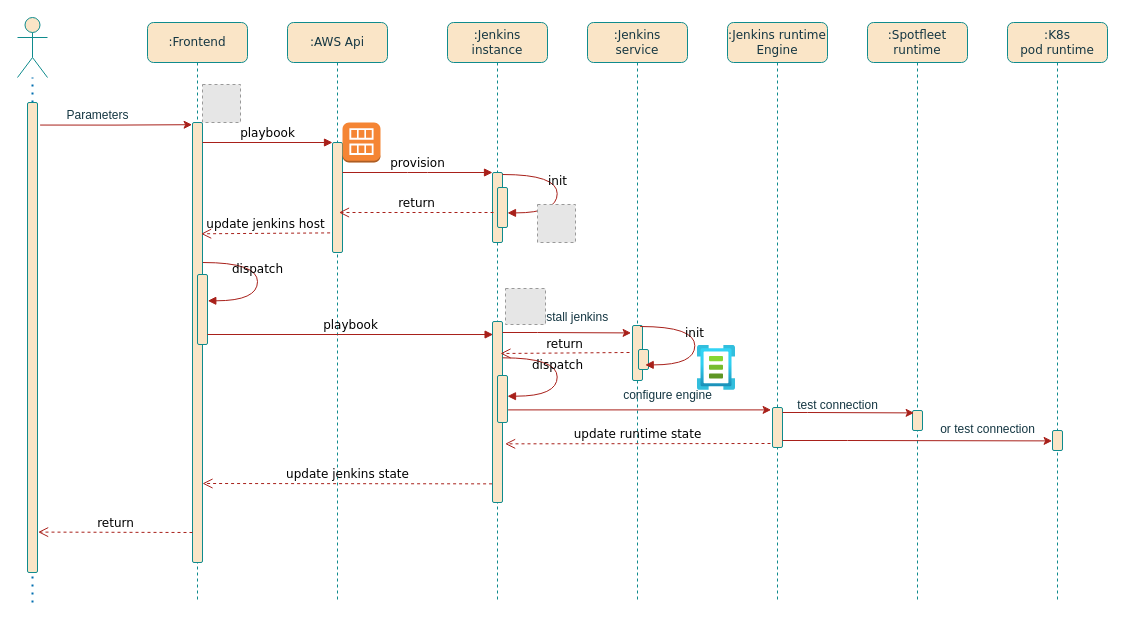
Earlier version of the draw.io diagram jenkins_master_create.drawio (jiangtao7/draw.io). Source tidied: cells renumbered, new cells numbered last; positions are measured from the earlier drawing's top-left corner, leaving out a move shared by most shapes. Both pictures are drawn from the tidied source at 100%, with x=0, y=0 at pixel (17, 17). Pictures stored in the file or linked from it are replaced by grey dashed boxes.
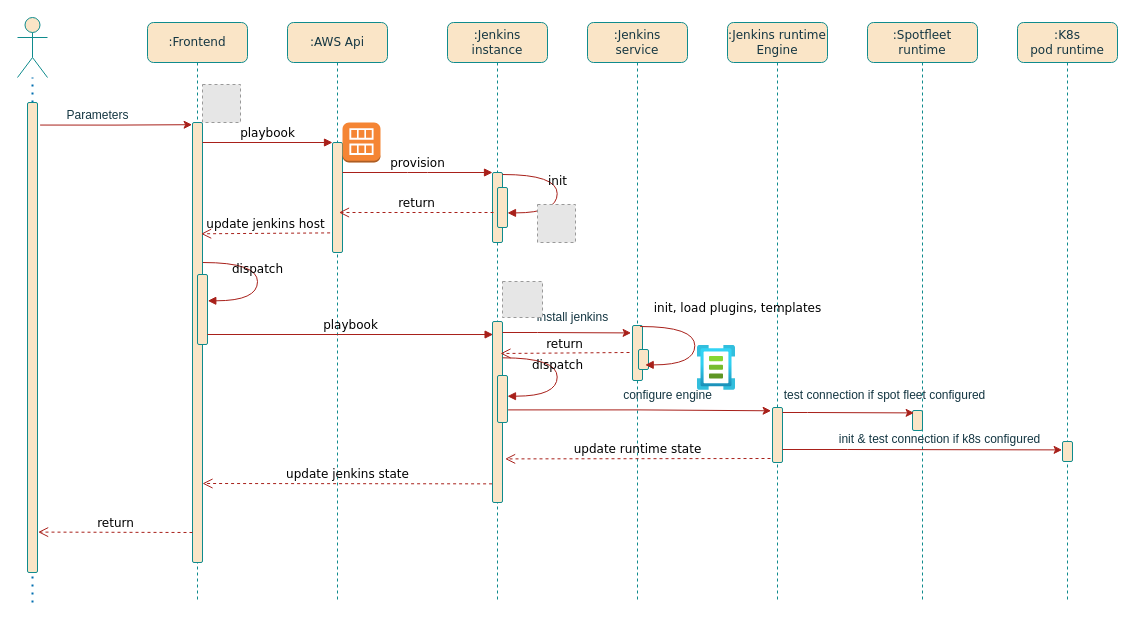
Above is the later version.

Unchanged cells that the change refers to:
```xml
<mxCell id="7" style="html=1;points=[];perimeter=orthogonalPerimeter;rounded=1;shadow=0;comic=0;labelBackgroundColor=none;strokeWidth=1;fontFamily=Verdana;fontSize=12;align=center;fillColor=#FAE5C7;strokeColor=#0F8B8D;fontColor=#143642;" parent="5" vertex="1">
  <mxGeometry x="45" y="299" width="10" height="181" as="geometry" />
</mxCell>
<mxCell id="15" value=":Jenkins runtime Engine" style="shape=umlLifeline;perimeter=lifelinePerimeter;whiteSpace=wrap;html=1;rounded=1;shadow=0;comic=0;labelBackgroundColor=none;strokeWidth=1;fontFamily=Verdana;fontSize=12;align=center;fillColor=#FAE5C7;strokeColor=#0F8B8D;fontColor=#143642;" parent="1" vertex="1">
  <mxGeometry x="710" y="5" width="100" height="580" as="geometry" />
</mxCell>
```

Change to the diagram source:
```diff
@@
     <mxCell id="16" style="html=1;points=[];perimeter=orthogonalPerimeter;rounded=1;shadow=0;comic=0;labelBackgroundColor=none;strokeWidth=1;fontFamily=Verdana;fontSize=12;align=center;fillColor=#FAE5C7;strokeColor=#0F8B8D;fontColor=#143642;" parent="15" vertex="1">
-      <mxGeometry x="45" y="385" width="10" height="40" as="geometry" />
+      <mxGeometry x="45" y="385" width="10" height="55" as="geometry" />
     </mxCell>
-    <mxCell id="17" value="update runtime state" style="html=1;verticalAlign=bottom;endArrow=open;dashed=1;endSize=8;exitX=-0.24;exitY=0.722;labelBackgroundColor=none;fontFamily=Verdana;fontSize=12;strokeColor=#A8201A;fontColor=default;exitDx=0;exitDy=0;exitPerimeter=0;entryX=1.26;entryY=0.676;entryDx=0;entryDy=0;entryPerimeter=0;" parent="15" edge="1" target="7">
+    <mxCell id="17" value="update runtime state" style="html=1;verticalAlign=bottom;endArrow=open;dashed=1;endSize=8;exitX=-0.24;exitY=0.722;labelBackgroundColor=none;fontFamily=Verdana;fontSize=12;strokeColor=#A8201A;fontColor=default;exitDx=0;exitDy=0;exitPerimeter=0;entryX=1.26;entryY=0.676;entryDx=0;entryDy=0;entryPerimeter=0;" parent="15" edge="1">
       <mxGeometry relative="1" as="geometry">
-        <mxPoint x="43" y="421" as="sourcePoint" />
+        <mxPoint x="43" y="436" as="sourcePoint" />
+        <mxPoint x="-222.4" y="436.4" as="targetPoint" />
       </mxGeometry>
     </mxCell>
     <mxCell id="18" value=":Spotfleet runtime" style="shape=umlLifeline;perimeter=lifelinePerimeter;whiteSpace=wrap;html=1;rounded=1;shadow=0;comic=0;labelBackgroundColor=none;strokeWidth=1;fontFamily=Verdana;fontSize=12;align=center;fillColor=#FAE5C7;strokeColor=#0F8B8D;fontColor=#143642;" parent="1" vertex="1">
-      <mxGeometry x="850" y="5" width="100" height="580" as="geometry" />
+      <mxGeometry x="850" y="5" width="110" height="580" as="geometry" />
     </mxCell>
@@
+    <mxCell id="46" value="init &amp;amp; test connection if k8s configured" style="text;html=1;align=center;verticalAlign=middle;strokeColor=none;fillColor=none;fontColor=#143642;" parent="18" vertex="1">
+      <mxGeometry x="-38" y="402" width="220" height="30" as="geometry" />
+    </mxCell>
     <mxCell id="20" value=":K8s &lt;br&gt;pod runtime" style="shape=umlLifeline;perimeter=lifelinePerimeter;whiteSpace=wrap;html=1;rounded=1;shadow=0;comic=0;labelBackgroundColor=none;strokeWidth=1;fontFamily=Verdana;fontSize=12;align=center;fillColor=#FAE5C7;strokeColor=#0F8B8D;fontColor=#143642;" parent="1" vertex="1">
-      <mxGeometry x="990" y="5" width="100" height="580" as="geometry" />
+      <mxGeometry x="1000" y="5" width="100" height="580" as="geometry" />
     </mxCell>
     <mxCell id="21" style="html=1;points=[];perimeter=orthogonalPerimeter;rounded=1;shadow=0;comic=0;labelBackgroundColor=none;strokeColor=#0F8B8D;strokeWidth=1;fillColor=#FAE5C7;fontFamily=Verdana;fontSize=12;fontColor=#143642;align=center;" parent="20" vertex="1">
-      <mxGeometry x="45" y="408" width="10" height="20" as="geometry" />
+      <mxGeometry x="45" y="419" width="10" height="20" as="geometry" />
     </mxCell>
@@
-    <mxCell id="44" style="edgeStyle=orthogonalEdgeStyle;rounded=0;jettySize=auto;html=1;entryX=-0.04;entryY=0.52;entryDx=0;entryDy=0;entryPerimeter=0;strokeColor=#A8201A;fontColor=#143642;fillColor=#FAE5C7;" parent="1" edge="1" source="16" target="21">
+    <mxCell id="44" style="edgeStyle=orthogonalEdgeStyle;rounded=0;orthogonalLoop=1;jettySize=auto;html=1;entryX=-0.04;entryY=0.52;entryDx=0;entryDy=0;entryPerimeter=0;strokeColor=#A8201A;fontColor=#143642;fillColor=#FAE5C7;" parent="1" edge="1">
       <mxGeometry relative="1" as="geometry">
+        <mxPoint x="765" y="432" as="sourcePoint" />
+        <mxPoint x="1044.6" y="432.4" as="targetPoint" />
         <Array as="points">
-          <mxPoint x="830" y="423" />
-          <mxPoint x="830" y="423" />
+          <mxPoint x="830" y="432" />
+          <mxPoint x="830" y="432" />
         </Array>
       </mxGeometry>
     </mxCell>
-    <mxCell id="45" value="test connection" style="text;html=1;align=center;verticalAlign=middle;strokeColor=none;fillColor=none;fontColor=#143642;" parent="1" vertex="1">
-      <mxGeometry x="770" y="373" width="100" height="30" as="geometry" />
+    <mxCell id="45" value="test connection if spot fleet configured" style="text;html=1;align=center;verticalAlign=middle;strokeColor=none;fillColor=none;fontColor=#143642;" parent="1" vertex="1">
+      <mxGeometry x="757" y="363" width="220" height="30" as="geometry" />
     </mxCell>
-    <mxCell id="46" value="or test connection" style="text;html=1;align=center;verticalAlign=middle;strokeColor=none;fillColor=none;fontColor=#143642;" parent="1" vertex="1">
-      <mxGeometry x="910" y="397" width="120" height="30" as="geometry" />
-    </mxCell>
@@
     <mxCell id="49" style="fillColor=#E6E6E6;strokeColor=#999999;dashed=1;html=1;verticalLabelPosition=bottom;labelBackgroundColor=#ffffff;verticalAlign=top;" parent="1" vertex="1">
-      <mxGeometry x="488" y="271" width="40" height="36" as="geometry" />
+      <mxGeometry x="485" y="264" width="40" height="36" as="geometry" />
     </mxCell>
-    <mxCell id="50" value="init" style="html=1;verticalAlign=bottom;endArrow=block;labelBackgroundColor=none;fontFamily=Verdana;fontSize=12;elbow=vertical;edgeStyle=orthogonalEdgeStyle;curved=1;entryX=1;entryY=0.286;entryPerimeter=0;exitX=1.038;exitY=0.345;exitPerimeter=0;strokeColor=#A8201A;fontColor=default;" parent="1" edge="1">
-      <mxGeometry relative="1" as="geometry">
+    <mxCell id="50" value="init, load plugins, templates" style="html=1;verticalAlign=bottom;endArrow=block;labelBackgroundColor=none;fontFamily=Verdana;fontSize=12;elbow=vertical;edgeStyle=orthogonalEdgeStyle;curved=1;entryX=1;entryY=0.286;entryPerimeter=0;exitX=1.038;exitY=0.345;exitPerimeter=0;strokeColor=#A8201A;fontColor=default;" parent="1" edge="1">
+      <mxGeometry x="-0.23" y="44" relative="1" as="geometry">
         <mxPoint x="622.7" y="309" as="sourcePoint" />
         <mxPoint x="627.7" y="347.4" as="targetPoint" />
         <Array as="points">
           <mxPoint x="677.3" y="309" />
           <mxPoint x="677.3" y="347" />
         </Array>
+        <mxPoint x="-1" y="-9" as="offset" />
       </mxGeometry>
     </mxCell>
```
